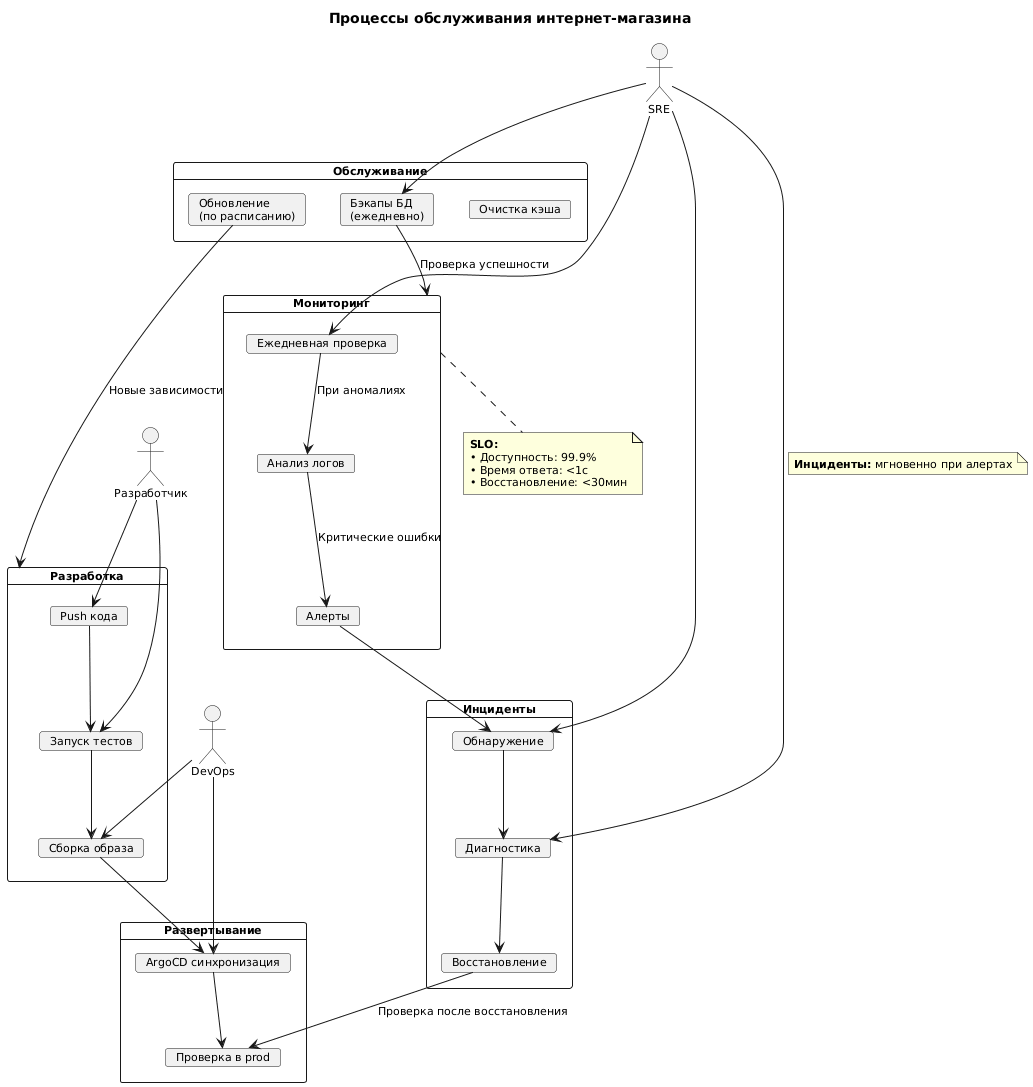
The PlantUML diagram 3. Технические процессы/maintenance.deployment.png in PryAndrey/TRPO, before a commit. Its source is kept beside it as 3. Технические процессы/maintenance.deployment.puml.
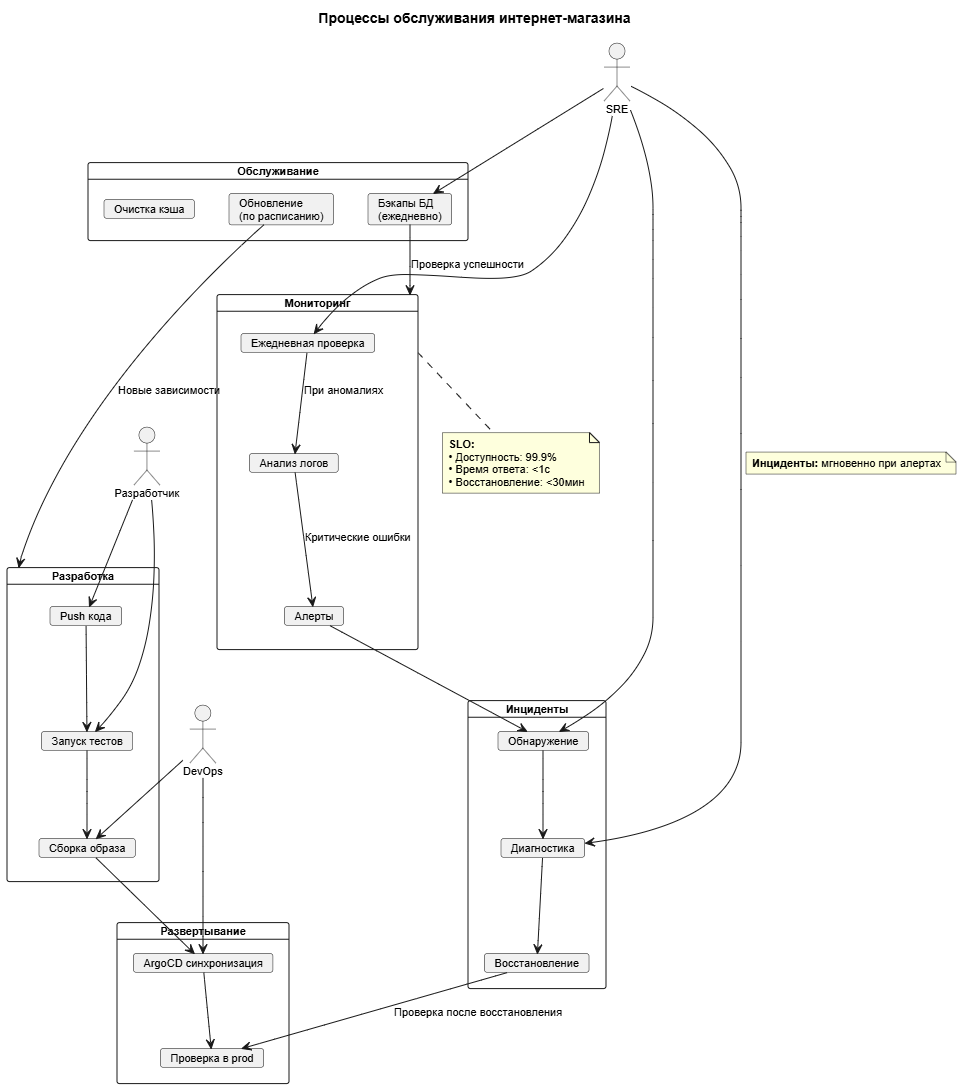
Later version of the same file.

Commit message:
Обновление схем

What changed in the source:
```diff
@@ -1,4 +1,4 @@
-@startuml
+@startuml Maintenance Deployment
 title Процессы обслуживания интернет-магазина
 
 skinparam defaultFontName Arial
```
